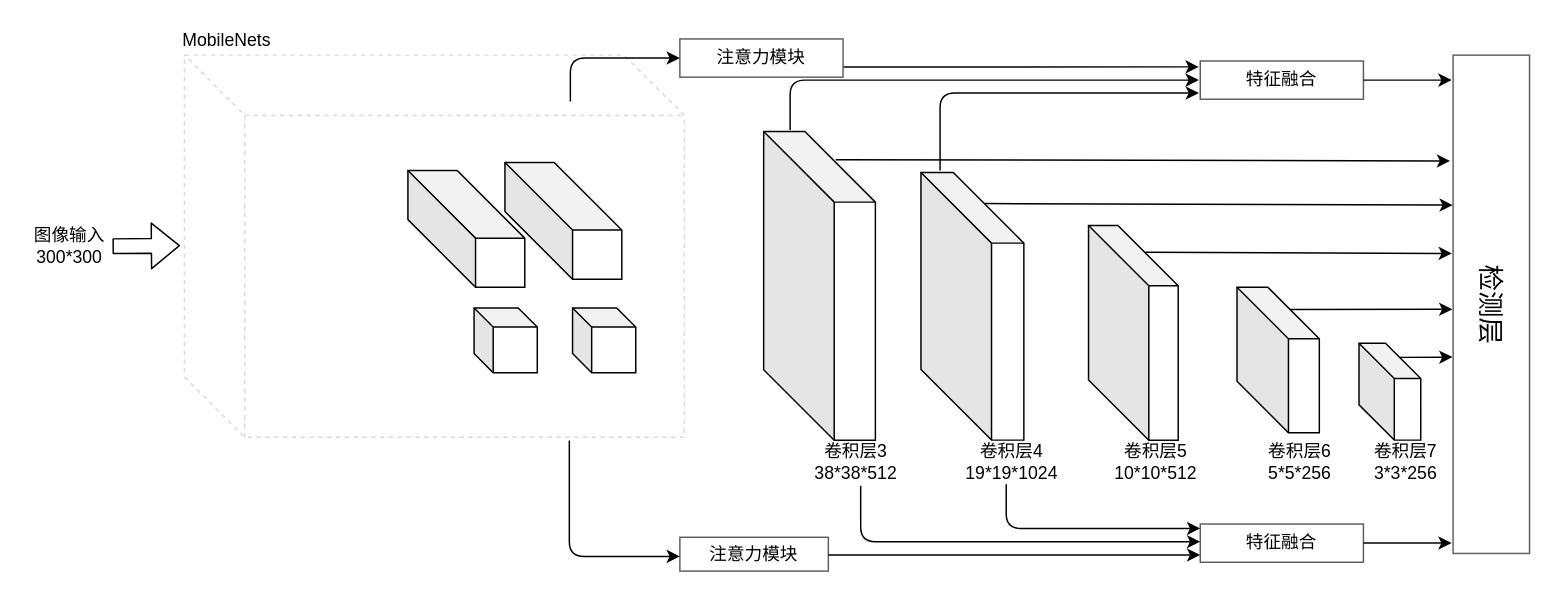
Earlier version of the draw.io diagram Report/MSSD.drawio (murongsina/RRT). Source tidied: cells renumbered, new cells numbered last; positions are measured from the earlier drawing's top-left corner, leaving out a move shared by most shapes. Both pictures are drawn from the tidied source at 147%, with x=0, y=0 at pixel (25, 25).
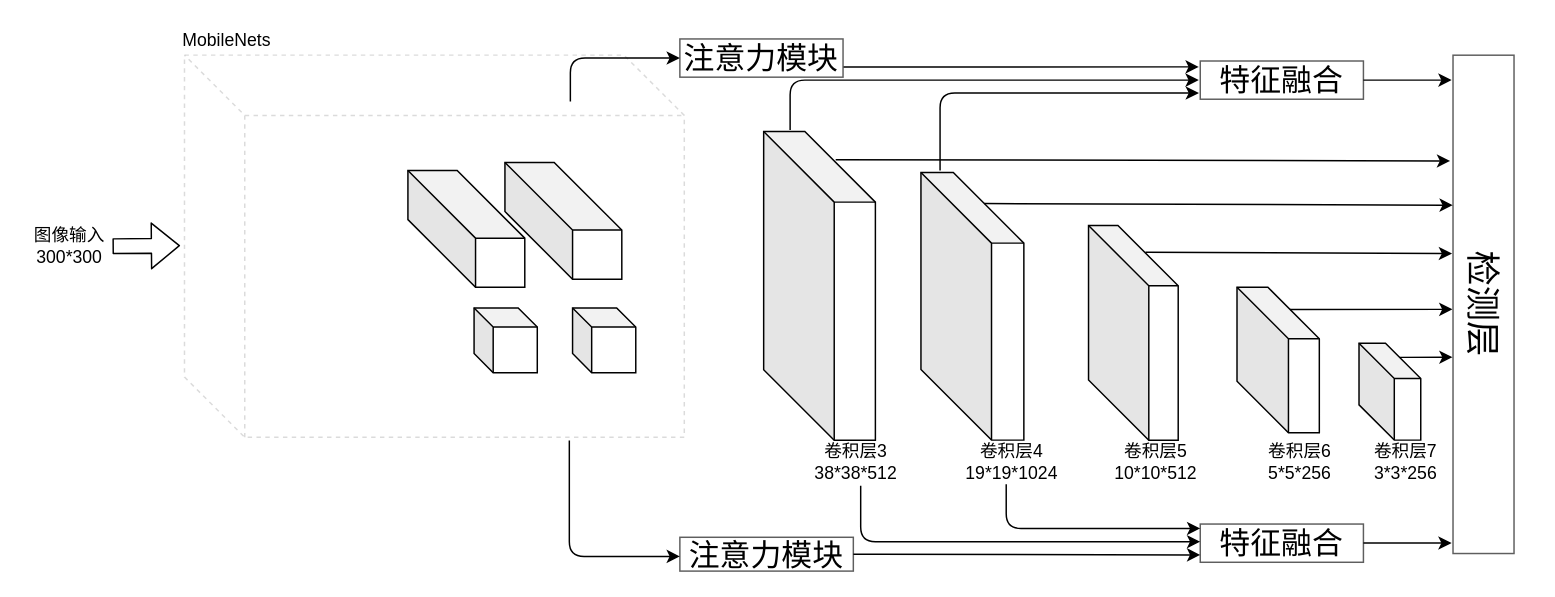
Above is the later version.

What changed in the source:
```diff
@@
-    <mxCell id="9" value="&lt;font style=&quot;font-size: 18px&quot; face=&quot;Times New Roman&quot;&gt;检测层&lt;/font&gt;" style="rounded=0;whiteSpace=wrap;html=1;shadow=0;sketch=0;strokeWidth=1;fillColor=none;gradientColor=none;opacity=70;rotation=90;strokeColor=#1A1A1A;" parent="1" vertex="1">
-      <mxGeometry x="827.5" y="163.5" width="339" height="52" as="geometry" />
+    <mxCell id="9" value="&lt;font style=&quot;font-size: 24px&quot; face=&quot;Times New Roman&quot;&gt;检测层&lt;/font&gt;" style="rounded=0;whiteSpace=wrap;html=1;shadow=0;sketch=0;strokeWidth=1;fillColor=none;gradientColor=none;opacity=70;rotation=90;strokeColor=#1A1A1A;" parent="1" vertex="1">
+      <mxGeometry x="822.2" y="168.8" width="339" height="41.5" as="geometry" />
     </mxCell>
@@
-    <mxCell id="11" value="注意力模块" style="rounded=0;whiteSpace=wrap;html=1;shadow=0;sketch=0;strokeWidth=1;fillColor=none;gradientColor=none;opacity=70;strokeColor=#1A1A1A;" parent="1" vertex="1">
-      <mxGeometry x="445" y="348" width="101" height="23" as="geometry" />
+    <mxCell id="11" value="&lt;font style=&quot;font-size: 21px&quot;&gt;注意力模块&lt;/font&gt;" style="rounded=0;whiteSpace=wrap;html=1;shadow=0;sketch=0;strokeWidth=1;fillColor=none;gradientColor=none;opacity=70;strokeColor=#1A1A1A;" parent="1" vertex="1">
+      <mxGeometry x="445" y="348" width="118" height="23" as="geometry" />
     </mxCell>
-    <mxCell id="12" value="特征融合" style="rounded=0;whiteSpace=wrap;html=1;shadow=0;sketch=0;strokeWidth=1;fillColor=none;gradientColor=none;opacity=70;strokeColor=#1A1A1A;" parent="1" vertex="1">
+    <mxCell id="12" value="&lt;font style=&quot;font-size: 21px&quot;&gt;特征融合&lt;/font&gt;" style="rounded=0;whiteSpace=wrap;html=1;shadow=0;sketch=0;strokeWidth=1;fillColor=none;gradientColor=none;opacity=70;strokeColor=#1A1A1A;" parent="1" vertex="1">
       <mxGeometry x="799" y="339" width="111" height="26" as="geometry" />
     </mxCell>
@@
-    <mxCell id="14" style="edgeStyle=segmentEdgeStyle;endArrow=classic;html=1;" parent="1" edge="1">
+    <mxCell id="14" style="edgeStyle=segmentEdgeStyle;endArrow=classic;html=1;exitX=1;exitY=0.5;exitDx=0;exitDy=0;" parent="1" edge="1" source="11">
       <mxGeometry relative="1" as="geometry">
-        <mxPoint x="546" y="360" as="sourcePoint" />
         <mxPoint x="799" y="360" as="targetPoint" />
         <Array as="points">
-          <mxPoint x="568" y="360" />
+          <mxPoint x="568" y="359" />
         </Array>
       </mxGeometry>
     </mxCell>
@@
-    <mxCell id="16" value="特征融合" style="rounded=0;whiteSpace=wrap;html=1;shadow=0;sketch=0;strokeWidth=1;fillColor=none;gradientColor=none;opacity=70;strokeColor=#1A1A1A;" parent="1" vertex="1">
+    <mxCell id="16" value="&lt;font style=&quot;font-size: 21px&quot;&gt;特征融合&lt;/font&gt;" style="rounded=0;whiteSpace=wrap;html=1;shadow=0;sketch=0;strokeWidth=1;fillColor=none;gradientColor=none;opacity=70;strokeColor=#1A1A1A;" parent="1" vertex="1">
       <mxGeometry x="799" y="24" width="111" height="26" as="geometry" />
     </mxCell>
-    <mxCell id="17" value="注意力模块" style="rounded=0;whiteSpace=wrap;html=1;shadow=0;sketch=0;strokeWidth=1;fillColor=none;gradientColor=none;opacity=70;strokeColor=#1A1A1A;" parent="1" vertex="1">
+    <mxCell id="17" value="&lt;font style=&quot;font-size: 21px&quot;&gt;注意力模块&lt;/font&gt;" style="rounded=0;whiteSpace=wrap;html=1;shadow=0;sketch=0;strokeWidth=1;fillColor=none;gradientColor=none;opacity=70;strokeColor=#1A1A1A;" parent="1" vertex="1">
       <mxGeometry x="445" y="9" width="111" height="26" as="geometry" />
     </mxCell>
```
